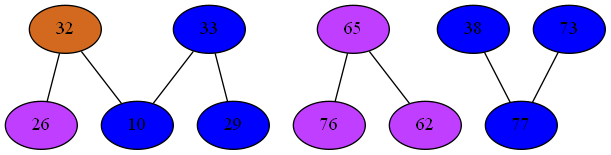
Above: Compiler/2phiGraph.png in mbajaj92/Project-Astoria (Graphviz), before the change. Its source is kept beside it as Compiler/2phiGraph.dot.
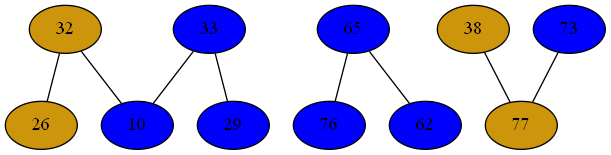
Later version of the same file.

Change to the diagram source:
```diff
@@ -1,29 +1,29 @@
 strict graph {
-32[label="32" style=filled fillcolor="chocolate"];
+32[label="32" style=filled fillcolor="darkgoldenrod3"];
 32 -- 10
 32 -- 26
 33[label="33" style=filled fillcolor="blue1"];
 33 -- 10
 33 -- 29
-65[label="65" style=filled fillcolor="darkorchid1"];
+65[label="65" style=filled fillcolor="blue1"];
 65 -- 76
 65 -- 62
-38[label="38" style=filled fillcolor="blue1"];
+38[label="38" style=filled fillcolor="darkgoldenrod3"];
 38 -- 77
 73[label="73" style=filled fillcolor="blue1"];
 73 -- 77
 10[label="10" style=filled fillcolor="blue1"];
 10 -- 32
 10 -- 33
-26[label="26" style=filled fillcolor="darkorchid1"];
+26[label="26" style=filled fillcolor="darkgoldenrod3"];
 26 -- 32
-76[label="76" style=filled fillcolor="darkorchid1"];
+76[label="76" style=filled fillcolor="blue1"];
 76 -- 65
 29[label="29" style=filled fillcolor="blue1"];
 29 -- 33
-77[label="77" style=filled fillcolor="blue1"];
+77[label="77" style=filled fillcolor="darkgoldenrod3"];
 77 -- 38
 77 -- 73
-62[label="62" style=filled fillcolor="darkorchid1"];
+62[label="62" style=filled fillcolor="blue1"];
 62 -- 65
 }
```
